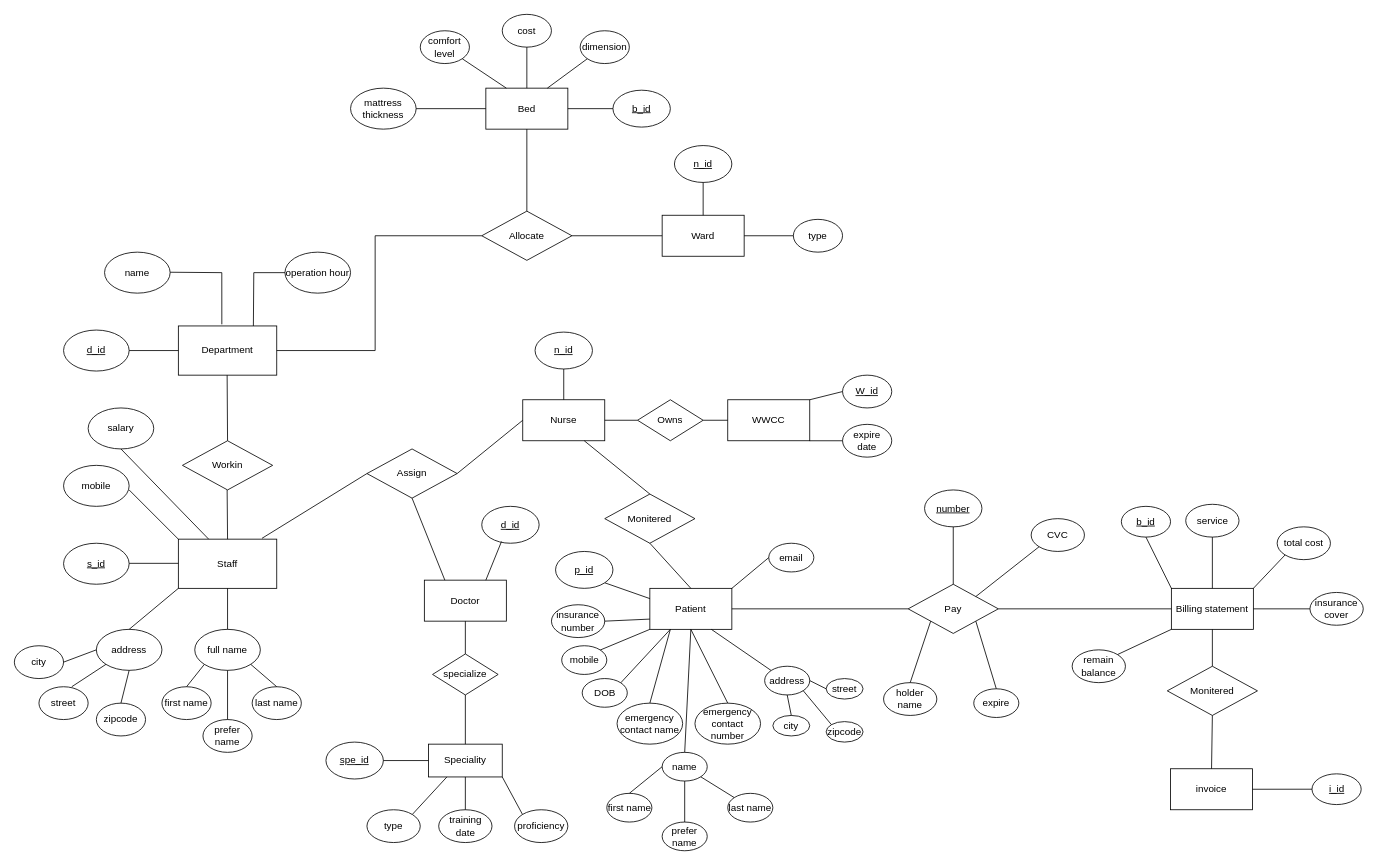
Earlier version of the draw.io diagram COMP9120 Assignment 1 E-R diagram.drawio (Hu1999824/hello-world). Source tidied: cells renumbered, new cells numbered last; positions are measured from the earlier drawing's top-left corner, leaving out a move shared by most shapes. Both pictures are drawn from the tidied source at 82%, with x=0, y=0 at pixel (14, 14).
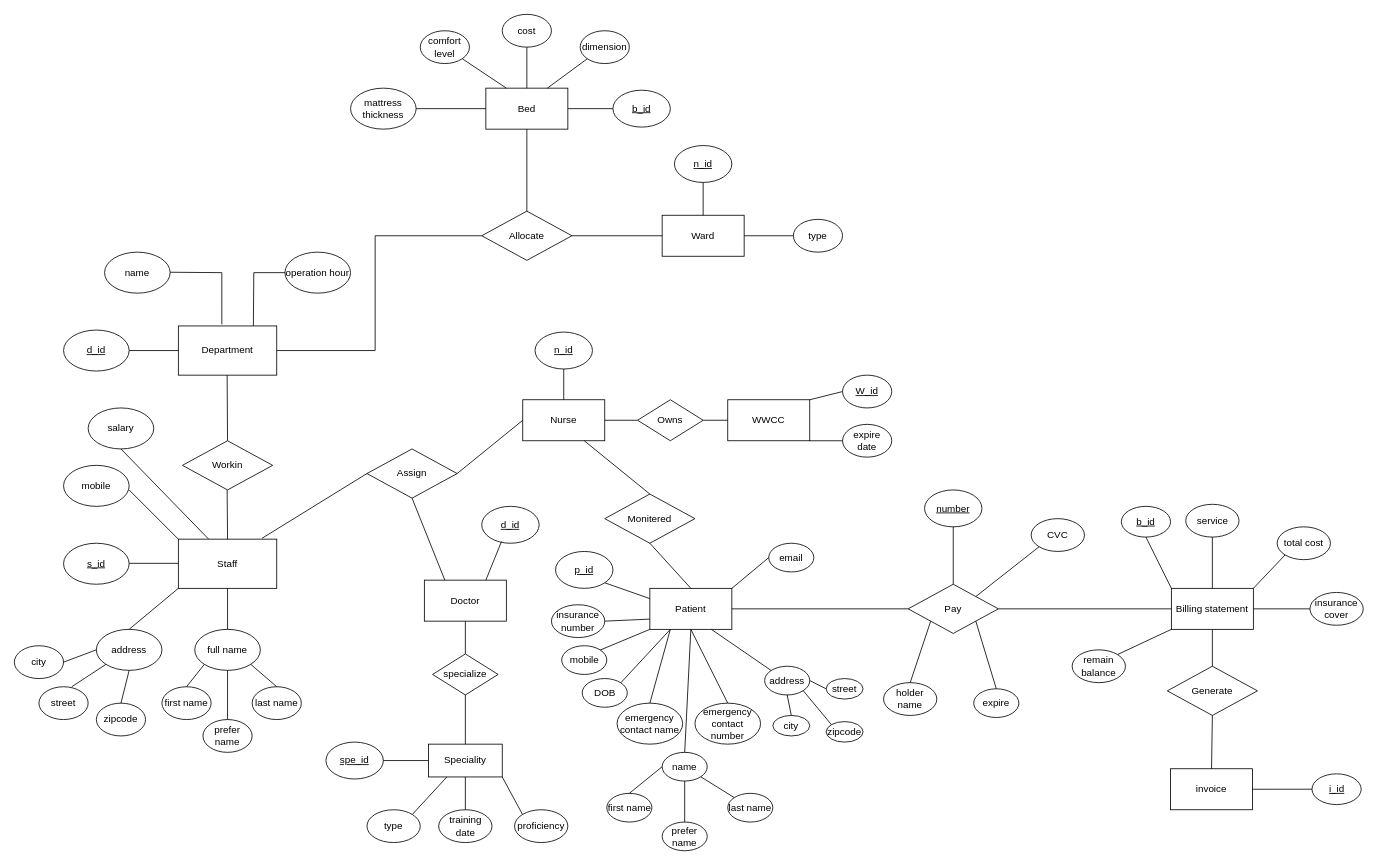
The same page after the edit.

What changed in the source:
```diff
@@
-    <mxCell id="139" value="Monitered" style="rhombus;whiteSpace=wrap;html=1;" parent="1" vertex="1">
+    <mxCell id="139" value="Generate" style="rhombus;whiteSpace=wrap;html=1;" parent="1" vertex="1">
       <mxGeometry x="1406" y="795" width="110" height="60" as="geometry" />
     </mxCell>
```
